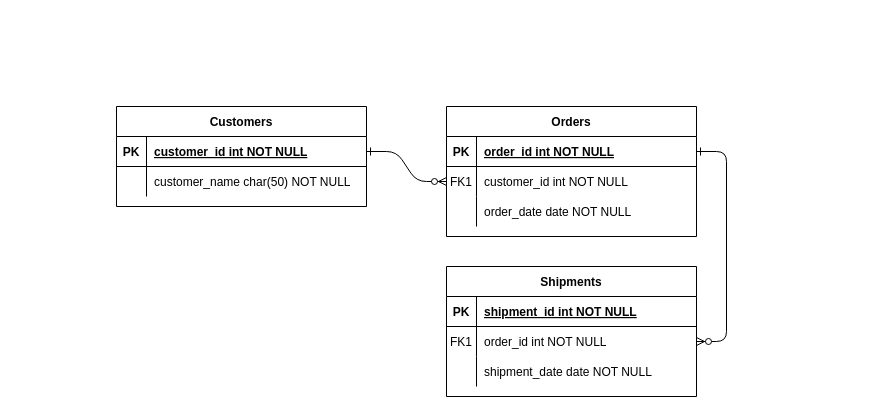
This is Diagrama sin título.drawio from dan-931015/diagrama, a draw.io file, before an edit. Source tidied: cells renumbered, new cells numbered last; positions are measured from the earlier drawing's top-left corner, leaving out a move shared by most shapes. Both pictures are drawn from the tidied source at 100%, with x=0, y=0 at pixel (116, 106).
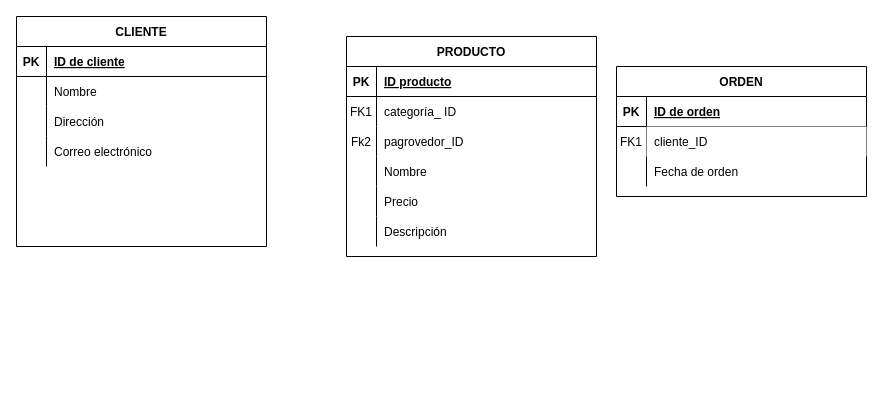
The same diagram, later.

The change refers to these unchanged cells:
```xml
<mxCell id="5" style="shape=partialRectangle;fillColor=none;points=[[0,0.5],[1,0.5]];portConstraint=eastwest;top=0;left=0;right=0;bottom=1;" parent="4" vertex="1">
  <mxGeometry y="30" width="250" height="30" as="geometry" />
</mxCell>
<mxCell id="8" style="shape=partialRectangle;fillColor=none;points=[[0,0.5],[1,0.5]];portConstraint=eastwest;top=0;left=0;right=0;bottom=0;" parent="4" vertex="1">
  <mxGeometry y="60" width="250" height="30" as="geometry" />
</mxCell>
<mxCell id="11" style="shape=partialRectangle;fillColor=none;top=0;left=0;right=0;bottom=0;" parent="4" vertex="1">
  <mxGeometry y="90" width="250" height="30" as="geometry" />
</mxCell>
<mxCell id="15" style="shape=partialRectangle;fillColor=none;top=0;left=0;right=0;bottom=1;" parent="14" vertex="1">
  <mxGeometry y="30" width="250" height="30" as="geometry" />
</mxCell>
<mxCell id="18" style="shape=partialRectangle;fillColor=none;points=[[0,0.5],[1,0.5]];portConstraint=eastwest;top=0;left=0;right=0;bottom=0;" parent="14" vertex="1">
  <mxGeometry y="60" width="250" height="30" as="geometry" />
</mxCell>
<mxCell id="21" style="shape=partialRectangle;fillColor=none;top=0;left=0;right=0;bottom=0;" parent="14" vertex="1">
  <mxGeometry y="90" width="250" height="30" as="geometry" />
</mxCell>
<mxCell id="25" style="shape=partialRectangle;fillColor=none;points=[[0,0.5],[1,0.5]];portConstraint=eastwest;top=0;left=0;right=0;bottom=1;" parent="24" vertex="1">
  <mxGeometry y="30" width="250" height="30" as="geometry" />
</mxCell>
```

Diff of the diagram source:
```diff
@@
-    <mxCell id="2" style="edgeStyle=entityRelationEdgeStyle;endArrow=ERzeroToMany;startArrow=ERone;endFill=1;startFill=0;" parent="1" edge="1" source="25" target="8">
-      <mxGeometry relative="1" as="geometry" />
-    </mxCell>
-    <mxCell id="3" style="edgeStyle=entityRelationEdgeStyle;endArrow=ERzeroToMany;startArrow=ERone;endFill=1;startFill=0;" parent="1" edge="1" source="5" target="18">
-      <mxGeometry relative="1" as="geometry" />
-    </mxCell>
-    <mxCell id="4" value="Orders" style="shape=table;startSize=30;childLayout=tableLayout;rowLines=0;fontStyle=1;align=center;" parent="1" vertex="1">
-      <mxGeometry x="330" width="250" height="130" as="geometry" />
+    <mxCell id="4" value="PRODUCTO" style="shape=table;startSize=30;childLayout=tableLayout;rowLines=0;fontStyle=1;align=center;" parent="1" vertex="1">
+      <mxGeometry x="230" y="-70" width="250" height="220" as="geometry" />
     </mxCell>
@@
-    <mxCell id="7" value="order_id int NOT NULL " style="shape=partialRectangle;overflow=hidden;fillColor=none;top=0;left=0;bottom=0;right=0;align=left;spacingLeft=6;fontStyle=5;" parent="5" vertex="1">
+    <mxCell id="7" value="ID producto" style="shape=partialRectangle;overflow=hidden;fillColor=none;top=0;left=0;bottom=0;right=0;align=left;spacingLeft=6;fontStyle=5;" parent="5" vertex="1">
       <mxGeometry x="30" width="220" height="30" as="geometry" />
     </mxCell>
@@
-    <mxCell id="10" value="customer_id int NOT NULL" style="shape=partialRectangle;overflow=hidden;fillColor=none;top=0;left=0;bottom=0;right=0;align=left;spacingLeft=6;" parent="8" vertex="1">
+    <mxCell id="10" value="categoría_ ID " style="shape=partialRectangle;overflow=hidden;fillColor=none;top=0;left=0;bottom=0;right=0;align=left;spacingLeft=6;" parent="8" vertex="1">
       <mxGeometry x="30" width="220" height="30" as="geometry" />
     </mxCell>
@@
-    <mxCell id="12" style="shape=partialRectangle;overflow=hidden;fillColor=none;top=0;left=0;bottom=0;right=0;" parent="11" vertex="1">
+    <mxCell id="12" value="Fk2" style="shape=partialRectangle;overflow=hidden;fillColor=none;top=0;left=0;bottom=0;right=0;" parent="11" vertex="1">
       <mxGeometry width="30" height="30" as="geometry" />
     </mxCell>
-    <mxCell id="13" value="order_date date NOT NULL" style="shape=partialRectangle;overflow=hidden;fillColor=none;top=0;left=0;bottom=0;right=0;align=left;spacingLeft=6;" parent="11" vertex="1">
+    <mxCell id="13" value="pagrovedor_ID" style="shape=partialRectangle;overflow=hidden;fillColor=none;top=0;left=0;bottom=0;right=0;align=left;spacingLeft=6;" parent="11" vertex="1">
       <mxGeometry x="30" width="220" height="30" as="geometry" />
     </mxCell>
+    <mxCell id="31" style="shape=partialRectangle;fillColor=none;top=0;left=0;right=0;bottom=0;" parent="4" vertex="1">
+      <mxGeometry y="120" width="250" height="30" as="geometry" />
+    </mxCell>
+    <mxCell id="32" style="shape=partialRectangle;overflow=hidden;fillColor=none;top=0;left=0;bottom=0;right=0;" parent="31" vertex="1">
+      <mxGeometry width="30" height="30" as="geometry" />
+    </mxCell>
+    <mxCell id="33" value="Nombre" style="shape=partialRectangle;overflow=hidden;fillColor=none;top=0;left=0;bottom=0;right=0;align=left;spacingLeft=6;" parent="31" vertex="1">
+      <mxGeometry x="30" width="220" height="30" as="geometry" />
+    </mxCell>
+    <mxCell id="34" style="shape=partialRectangle;fillColor=none;top=0;left=0;right=0;bottom=0;" parent="4" vertex="1">
+      <mxGeometry y="150" width="250" height="30" as="geometry" />
+    </mxCell>
+    <mxCell id="35" style="shape=partialRectangle;overflow=hidden;fillColor=none;top=0;left=0;bottom=0;right=0;" parent="34" vertex="1">
+      <mxGeometry width="30" height="30" as="geometry" />
+    </mxCell>
+    <mxCell id="36" value="Precio" style="shape=partialRectangle;overflow=hidden;fillColor=none;top=0;left=0;bottom=0;right=0;align=left;spacingLeft=6;" parent="34" vertex="1">
+      <mxGeometry x="30" width="220" height="30" as="geometry" />
+    </mxCell>
+    <mxCell id="37" style="shape=partialRectangle;fillColor=none;top=0;left=0;right=0;bottom=0;" parent="4" vertex="1">
+      <mxGeometry y="180" width="250" height="30" as="geometry" />
+    </mxCell>
+    <mxCell id="38" style="shape=partialRectangle;overflow=hidden;fillColor=none;top=0;left=0;bottom=0;right=0;" parent="37" vertex="1">
+      <mxGeometry width="30" height="30" as="geometry" />
+    </mxCell>
+    <mxCell id="39" value="Descripción" style="shape=partialRectangle;overflow=hidden;fillColor=none;top=0;left=0;bottom=0;right=0;align=left;spacingLeft=6;" parent="37" vertex="1">
+      <mxGeometry x="30" width="220" height="30" as="geometry" />
+    </mxCell>
-    <mxCell id="14" value="Shipments" style="shape=table;startSize=30;childLayout=tableLayout;rowLines=0;fontStyle=1;align=center;" parent="1" vertex="1">
-      <mxGeometry x="330" y="160" width="250" height="130" as="geometry" />
+    <mxCell id="14" value="ORDEN" style="shape=table;startSize=30;childLayout=tableLayout;rowLines=0;fontStyle=1;align=center;" parent="1" vertex="1">
+      <mxGeometry x="500" y="-40" width="250" height="130" as="geometry" />
     </mxCell>
@@
-    <mxCell id="17" value="shipment_id int NOT NULL " style="shape=partialRectangle;overflow=hidden;fillColor=none;top=0;left=0;bottom=0;right=0;align=left;spacingLeft=6;fontStyle=5;" parent="15" vertex="1">
+    <mxCell id="17" value="ID de orden" style="shape=partialRectangle;overflow=hidden;fillColor=none;top=0;left=0;bottom=0;right=0;align=left;spacingLeft=6;fontStyle=5;" parent="15" vertex="1">
       <mxGeometry x="30" width="220" height="30" as="geometry" />
     </mxCell>
@@
-    <mxCell id="20" value="order_id int NOT NULL" style="shape=partialRectangle;overflow=hidden;fillColor=none;top=0;left=0;bottom=0;right=0;align=left;spacingLeft=6;" parent="18" vertex="1">
+    <mxCell id="20" value="cliente_ID" style="shape=partialRectangle;overflow=hidden;fillColor=default;top=0;left=0;bottom=0;right=0;align=left;spacingLeft=6;" parent="18" vertex="1">
       <mxGeometry x="30" width="220" height="30" as="geometry" />
     </mxCell>
@@
-    <mxCell id="23" value="shipment_date date NOT NULL" style="shape=partialRectangle;overflow=hidden;fillColor=none;top=0;left=0;bottom=0;right=0;align=left;spacingLeft=6;" parent="21" vertex="1">
+    <mxCell id="23" value="Fecha de orden" style="shape=partialRectangle;overflow=hidden;fillColor=none;top=0;left=0;bottom=0;right=0;align=left;spacingLeft=6;" parent="21" vertex="1">
       <mxGeometry x="30" width="220" height="30" as="geometry" />
     </mxCell>
-    <mxCell id="24" value="Customers" style="shape=table;startSize=30;childLayout=tableLayout;rowLines=0;fontStyle=1;align=center;" parent="1" vertex="1">
-      <mxGeometry width="250" height="100" as="geometry" />
+    <mxCell id="24" value="CLIENTE" style="shape=table;startSize=30;childLayout=tableLayout;rowLines=0;fontStyle=1;align=center;" parent="1" vertex="1">
+      <mxGeometry x="-100" y="-90" width="250" height="230" as="geometry" />
     </mxCell>
@@
-    <mxCell id="27" value="customer_id int NOT NULL " style="shape=partialRectangle;overflow=hidden;fillColor=none;top=0;left=0;bottom=0;right=0;align=left;spacingLeft=6;fontStyle=5;" parent="25" vertex="1">
+    <mxCell id="27" value="ID de cliente" style="shape=partialRectangle;overflow=hidden;fillColor=none;top=0;left=0;bottom=0;right=0;align=left;spacingLeft=6;fontStyle=5;" parent="25" vertex="1">
       <mxGeometry x="30" width="220" height="30" as="geometry" />
     </mxCell>
+    <mxCell id="40" style="shape=partialRectangle;fillColor=none;top=0;left=0;right=0;bottom=0;" parent="24" vertex="1">
+      <mxGeometry y="60" width="250" height="30" as="geometry" />
+    </mxCell>
+    <mxCell id="41" style="shape=partialRectangle;overflow=hidden;fillColor=none;top=0;left=0;bottom=0;right=0;" parent="40" vertex="1">
+      <mxGeometry width="30" height="30" as="geometry" />
+    </mxCell>
+    <mxCell id="42" value="Nombre" style="shape=partialRectangle;overflow=hidden;fillColor=none;top=0;left=0;bottom=0;right=0;align=left;spacingLeft=6;" parent="40" vertex="1">
+      <mxGeometry x="30" width="220" height="30" as="geometry" />
+    </mxCell>
+    <mxCell id="43" style="shape=partialRectangle;fillColor=none;top=0;left=0;right=0;bottom=0;" parent="24" vertex="1">
+      <mxGeometry y="90" width="250" height="30" as="geometry" />
+    </mxCell>
+    <mxCell id="44" style="shape=partialRectangle;overflow=hidden;fillColor=none;top=0;left=0;bottom=0;right=0;" parent="43" vertex="1">
+      <mxGeometry width="30" height="30" as="geometry" />
+    </mxCell>
+    <mxCell id="45" value="Dirección" style="shape=partialRectangle;overflow=hidden;fillColor=none;top=0;left=0;bottom=0;right=0;align=left;spacingLeft=6;" parent="43" vertex="1">
+      <mxGeometry x="30" width="220" height="30" as="geometry" />
+    </mxCell>
     <mxCell id="28" style="shape=partialRectangle;fillColor=none;top=0;left=0;right=0;bottom=0;" parent="24" vertex="1">
-      <mxGeometry y="60" width="250" height="30" as="geometry" />
+      <mxGeometry y="120" width="250" height="30" as="geometry" />
     </mxCell>
@@
-    <mxCell id="30" value="customer_name char(50) NOT NULL" style="shape=partialRectangle;overflow=hidden;fillColor=none;top=0;left=0;bottom=0;right=0;align=left;spacingLeft=6;" parent="28" vertex="1">
+    <mxCell id="30" value="Correo electrónico" style="shape=partialRectangle;overflow=hidden;fillColor=none;top=0;left=0;bottom=0;right=0;align=left;spacingLeft=6;" parent="28" vertex="1">
       <mxGeometry x="30" width="220" height="30" as="geometry" />
     </mxCell>
```
